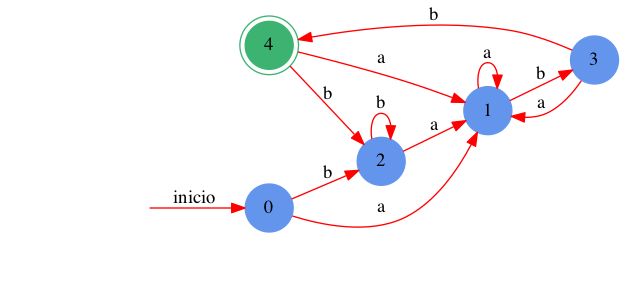
Earlier version of the Graphviz export GeneracionAutomatas/AFD_Subconjuntos.png (fcpauldiaz-archive/Automata). Its source is kept beside it as GeneracionAutomatas/AFD_Subconjuntos.dot. The source it was exported from:
```dot
digraph automata_finito {
	rankdir=LR;
	size="13,5"
	node [shape=doublecircle, style = filled,color = mediumseagreen]; 4;
	node [shape=circle];
	node [color=cornflowerblue];
	edge [color=red];
	 secret_node [style=invis];
	secret_node -> 0 [label="inicio"];
	0 -> 1 [label="a"];
	0 -> 2 [label="b"];
	1 -> 1 [label="a"];
	1 -> 3 [label="b"];
	2 -> 1 [label="a"];
	2 -> 2 [label="b"];
	3 -> 1 [label="a"];
	3 -> 4 [label="b"];
	4 -> 1 [label="a"];
	4 -> 2 [label="b"];
}
```
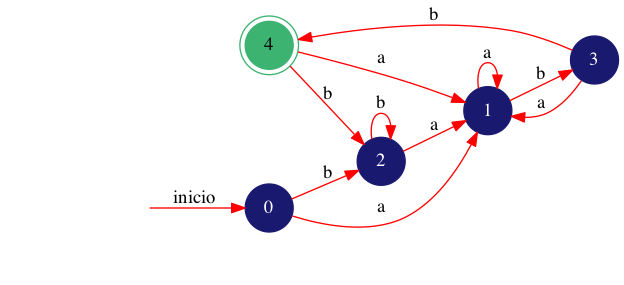
The same diagram one commit later.

Diff of the diagram source:
```diff
@@ -3,7 +3,7 @@
 	size="13,5"
 	node [shape=doublecircle, style = filled,color = mediumseagreen]; 4;
 	node [shape=circle];
-	node [color=cornflowerblue];
+	node [color=midnightblue,fontcolor=white];
 	edge [color=red];
 	 secret_node [style=invis];
 	secret_node -> 0 [label="inicio"];
```
